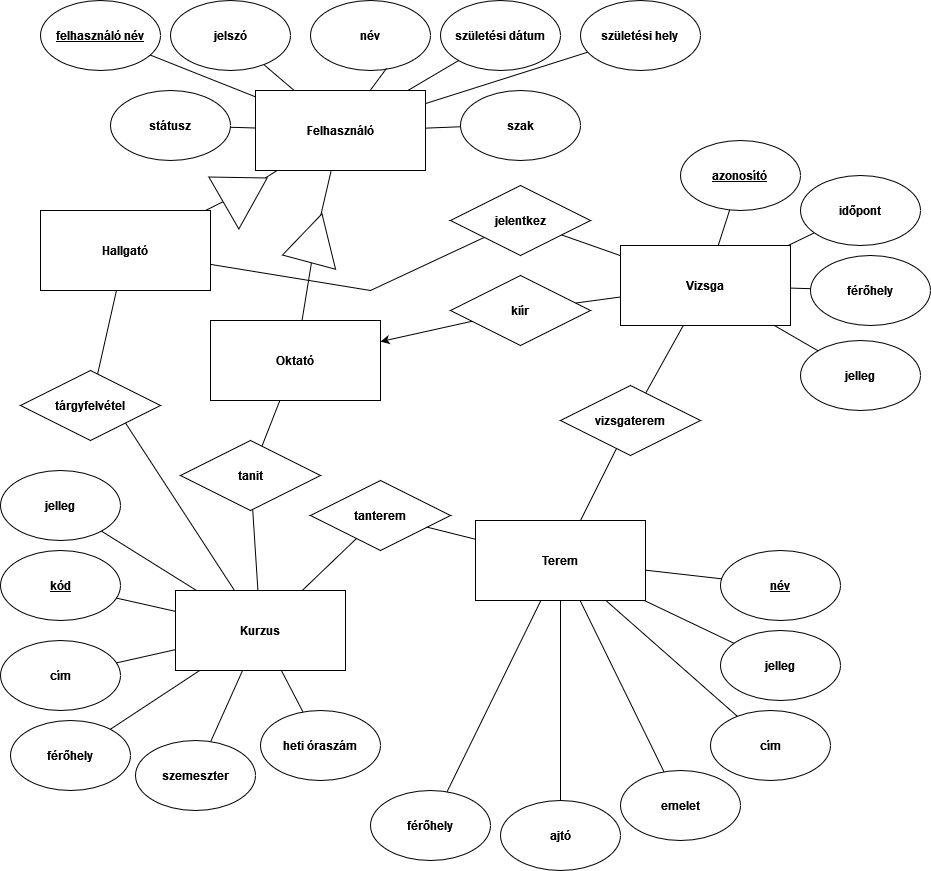
Above: M1/ETK.png in farkasp1050/banana (draw.io), before the change. Source tidied: cells renumbered, new cells last; positions are measured from the earlier drawing's top-left corner, leaving out a move shared by most shapes.
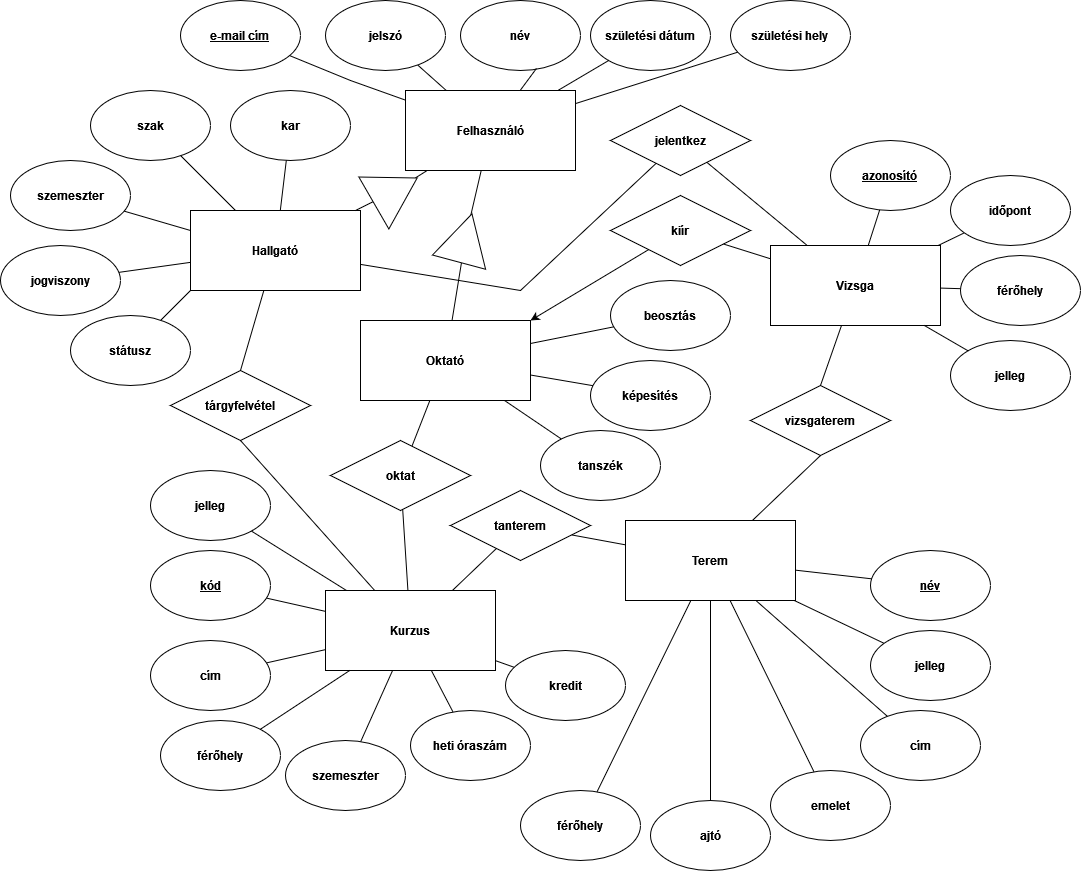
After the commit.

Commit message:
ETK diagram kiegészítése/véglegesítése.

What changed in the source:
```diff
@@ -5,11 +5,8 @@
     <mxCell id="2" value="&lt;b&gt;Felhasználó&lt;/b&gt;" style="rounded=0;whiteSpace=wrap;html=1;" parent="1" vertex="1">
       <mxGeometry x="255" y="90" width="170" height="80" as="geometry" />
     </mxCell>
-    <mxCell id="3" value="&lt;u&gt;&lt;b&gt;felhasználó név&lt;/b&gt;&lt;/u&gt;" style="ellipse;whiteSpace=wrap;html=1;" parent="1" vertex="1">
-      <mxGeometry x="40" width="120" height="70" as="geometry" />
-    </mxCell>
     <mxCell id="4" value="&lt;b&gt;jelszó&lt;/b&gt;" style="ellipse;whiteSpace=wrap;html=1;" parent="1" vertex="1">
-      <mxGeometry x="170" width="120" height="70" as="geometry" />
+      <mxGeometry x="175" width="120" height="70" as="geometry" />
     </mxCell>
     <mxCell id="5" value="&lt;b&gt;név&lt;/b&gt;" style="ellipse;whiteSpace=wrap;html=1;" parent="1" vertex="1">
       <mxGeometry x="310" width="120" height="70" as="geometry" />
@@ -20,16 +17,16 @@
     <mxCell id="7" value="&lt;b&gt;születési hely&lt;br&gt;&lt;/b&gt;" style="ellipse;whiteSpace=wrap;html=1;" parent="1" vertex="1">
       <mxGeometry x="580" width="120" height="70" as="geometry" />
     </mxCell>
-    <mxCell id="8" value="&lt;b&gt;státusz&lt;/b&gt;" style="ellipse;whiteSpace=wrap;html=1;" parent="1" vertex="1">
-      <mxGeometry x="110" y="90" width="120" height="70" as="geometry" />
+    <mxCell id="8" value="&lt;b&gt;jogviszony&lt;/b&gt;" style="ellipse;whiteSpace=wrap;html=1;" parent="1" vertex="1">
+      <mxGeometry x="-150" y="245" width="120" height="70" as="geometry" />
     </mxCell>
     <mxCell id="9" value="&lt;b&gt;szak&lt;/b&gt;" style="ellipse;whiteSpace=wrap;html=1;" parent="1" vertex="1">
-      <mxGeometry x="460" y="90" width="120" height="70" as="geometry" />
+      <mxGeometry x="-60" y="90" width="120" height="70" as="geometry" />
     </mxCell>
-    <mxCell id="10" style="endArrow=none;html=1;rounded=0;" parent="1" edge="1" source="2" target="8">
+    <mxCell id="10" style="endArrow=none;html=1;rounded=0;" parent="1" edge="1" source="48" target="8">
       <mxGeometry relative="1" as="geometry" />
     </mxCell>
-    <mxCell id="11" style="endArrow=none;html=1;rounded=0;" parent="1" edge="1" source="9" target="2">
+    <mxCell id="11" style="endArrow=none;html=1;rounded=0;" parent="1" edge="1" source="9" target="48">
       <mxGeometry relative="1" as="geometry" />
     </mxCell>
     <mxCell id="12" style="endArrow=none;html=1;rounded=0;" parent="1" edge="1" source="7" target="2">
@@ -44,9 +41,6 @@
     <mxCell id="15" style="endArrow=none;html=1;rounded=0;" parent="1" edge="1" source="4" target="2">
       <mxGeometry relative="1" as="geometry" />
     </mxCell>
-    <mxCell id="16" style="endArrow=none;html=1;rounded=0;" parent="1" edge="1" source="3" target="2">
-      <mxGeometry relative="1" as="geometry" />
-    </mxCell>
     <mxCell id="17" value="&lt;b&gt;Kurzus&lt;/b&gt;" style="rounded=0;whiteSpace=wrap;html=1;" parent="1" vertex="1">
       <mxGeometry x="175" y="590" width="170" height="80" as="geometry" />
     </mxCell>
@@ -135,9 +129,9 @@
       <mxGeometry relative="1" as="geometry" />
     </mxCell>
     <mxCell id="46" value="&lt;b&gt;vizsgaterem&lt;/b&gt;" style="rhombus;whiteSpace=wrap;html=1;" parent="1" vertex="1">
-      <mxGeometry x="560" y="385" width="140" height="70" as="geometry" />
+      <mxGeometry x="600" y="385" width="140" height="70" as="geometry" />
     </mxCell>
-    <mxCell id="47" style="endArrow=none;html=1;rounded=0;" parent="1" edge="1" source="19" target="46">
+    <mxCell id="47" style="endArrow=none;html=1;rounded=0;entryX=0.5;entryY=1;entryDx=0;entryDy=0;" parent="1" edge="1" source="19" target="46">
       <mxGeometry relative="1" as="geometry" />
     </mxCell>
     <mxCell id="48" value="&lt;b&gt;Hallgató&lt;/b&gt;" style="rounded=0;whiteSpace=wrap;html=1;" parent="1" vertex="1">
@@ -164,23 +158,23 @@
     <mxCell id="55" style="triangle;whiteSpace=wrap;html=1;rotation=-30;" parent="1" vertex="1">
       <mxGeometry x="220" y="160" width="50" height="60" as="geometry" />
     </mxCell>
-    <mxCell id="56" value="&lt;b&gt;tanit&lt;/b&gt;" style="rhombus;whiteSpace=wrap;html=1;" parent="1" vertex="1">
+    <mxCell id="56" value="&lt;b&gt;oktat&lt;/b&gt;" style="rhombus;whiteSpace=wrap;html=1;" parent="1" vertex="1">
       <mxGeometry x="180" y="440" width="140" height="70" as="geometry" />
     </mxCell>
     <mxCell id="57" style="endArrow=none;html=1;rounded=0;" parent="1" edge="1" source="17" target="56">
       <mxGeometry relative="1" as="geometry" />
     </mxCell>
     <mxCell id="58" value="&lt;b&gt;kiír&lt;/b&gt;" style="rhombus;whiteSpace=wrap;html=1;" parent="1" vertex="1">
-      <mxGeometry x="450" y="275" width="140" height="70" as="geometry" />
+      <mxGeometry x="460" y="195" width="140" height="70" as="geometry" />
     </mxCell>
-    <mxCell id="59" style="endArrow=classic;html=1;rounded=0;" parent="1" edge="1" source="58" target="49">
+    <mxCell id="59" style="endArrow=classic;html=1;rounded=0;entryX=1;entryY=0;entryDx=0;entryDy=0;" parent="1" edge="1" source="58" target="49">
       <mxGeometry relative="1" as="geometry" />
     </mxCell>
     <mxCell id="60" style="endArrow=none;html=1;rounded=0;" parent="1" edge="1" source="18" target="58">
       <mxGeometry relative="1" as="geometry" />
     </mxCell>
     <mxCell id="61" value="&lt;b&gt;jelentkez&lt;/b&gt;" style="rhombus;whiteSpace=wrap;html=1;" parent="1" vertex="1">
-      <mxGeometry x="450" y="185" width="140" height="70" as="geometry" />
+      <mxGeometry x="460" y="105" width="140" height="70" as="geometry" />
     </mxCell>
     <mxCell id="62" style="endArrow=none;html=1;rounded=0;" parent="1" edge="1" source="48" target="61">
       <mxGeometry relative="1" as="geometry">
@@ -196,15 +190,15 @@
       <mxGeometry relative="1" as="geometry" />
     </mxCell>
     <mxCell id="65" value="&lt;b&gt;tanterem&lt;/b&gt;" style="rhombus;whiteSpace=wrap;html=1;" parent="1" vertex="1">
-      <mxGeometry x="310" y="480" width="140" height="70" as="geometry" />
+      <mxGeometry x="300" y="490" width="140" height="70" as="geometry" />
     </mxCell>
     <mxCell id="66" value="&lt;b&gt;tárgyfelvétel&lt;/b&gt;" style="rhombus;whiteSpace=wrap;html=1;" parent="1" vertex="1">
       <mxGeometry x="20" y="370" width="140" height="70" as="geometry" />
     </mxCell>
-    <mxCell id="67" style="endArrow=none;html=1;rounded=0;" parent="1" edge="1" source="66" target="48">
+    <mxCell id="67" style="endArrow=none;html=1;rounded=0;exitX=0.5;exitY=0;exitDx=0;exitDy=0;" parent="1" edge="1" source="66" target="48">
       <mxGeometry relative="1" as="geometry" />
     </mxCell>
-    <mxCell id="68" style="endArrow=none;html=1;rounded=0;entryX=1;entryY=1;entryDx=0;entryDy=0;" parent="1" edge="1" source="17" target="66">
+    <mxCell id="68" style="endArrow=none;html=1;rounded=0;entryX=0.5;entryY=1;entryDx=0;entryDy=0;" parent="1" edge="1" source="17" target="66">
       <mxGeometry relative="1" as="geometry" />
     </mxCell>
     <mxCell id="69" style="endArrow=none;html=1;rounded=0;" parent="1" edge="1" source="65" target="19">
@@ -216,7 +210,7 @@
     <mxCell id="71" style="endArrow=none;html=1;rounded=0;" parent="1" edge="1" source="19" target="70">
       <mxGeometry relative="1" as="geometry" />
     </mxCell>
-    <mxCell id="72" style="endArrow=none;html=1;rounded=0;" parent="1" edge="1" source="46" target="18">
+    <mxCell id="72" style="endArrow=none;html=1;rounded=0;exitX=0.5;exitY=0;exitDx=0;exitDy=0;" parent="1" edge="1" source="46" target="18">
       <mxGeometry relative="1" as="geometry" />
     </mxCell>
     <mxCell id="73" style="endArrow=none;html=1;rounded=0;" parent="1" edge="1" source="17" target="65">
@@ -234,5 +228,57 @@
     <mxCell id="77" style="endArrow=none;html=1;rounded=0;" parent="1" edge="1" source="76" target="18">
       <mxGeometry relative="1" as="geometry" />
     </mxCell>
+    <mxCell id="78" value="&lt;b&gt;státusz&lt;/b&gt;" style="ellipse;whiteSpace=wrap;html=1;" parent="1" vertex="1">
+      <mxGeometry x="-80" y="315" width="120" height="70" as="geometry" />
+    </mxCell>
+    <mxCell id="79" style="endArrow=none;html=1;rounded=0;exitX=0;exitY=1;exitDx=0;exitDy=0;" parent="1" edge="1" source="48" target="78">
+      <mxGeometry relative="1" as="geometry" />
+    </mxCell>
+    <mxCell id="80" value="&lt;b&gt;kar&lt;/b&gt;" style="ellipse;whiteSpace=wrap;html=1;" parent="1" vertex="1">
+      <mxGeometry x="80" y="90" width="120" height="70" as="geometry" />
+    </mxCell>
+    <mxCell id="81" style="endArrow=none;html=1;rounded=0;" parent="1" edge="1" source="48" target="80">
+      <mxGeometry relative="1" as="geometry" />
+    </mxCell>
+    <mxCell id="82" value="&lt;u&gt;&lt;b&gt;e-mail cím&lt;/b&gt;&lt;b&gt;&lt;br&gt;&lt;/b&gt;&lt;/u&gt;" style="ellipse;whiteSpace=wrap;html=1;" parent="1" vertex="1">
+      <mxGeometry x="30" width="120" height="70" as="geometry" />
+    </mxCell>
+    <mxCell id="83" value="&lt;b&gt;beosztás&lt;/b&gt;" style="ellipse;whiteSpace=wrap;html=1;" parent="1" vertex="1">
+      <mxGeometry x="460" y="280" width="120" height="70" as="geometry" />
+    </mxCell>
+    <mxCell id="84" style="endArrow=none;html=1;rounded=0;" parent="1" edge="1" source="49" target="83">
+      <mxGeometry relative="1" as="geometry" />
+    </mxCell>
+    <mxCell id="85" value="&lt;b&gt;kredit&lt;/b&gt;" style="ellipse;whiteSpace=wrap;html=1;" parent="1" vertex="1">
+      <mxGeometry x="355" y="650" width="120" height="70" as="geometry" />
+    </mxCell>
+    <mxCell id="86" style="endArrow=none;html=1;rounded=0;" parent="1" edge="1" source="17" target="85">
+      <mxGeometry relative="1" as="geometry" />
+    </mxCell>
+    <mxCell id="87" value="&lt;b&gt;képesítés&lt;/b&gt;" style="ellipse;whiteSpace=wrap;html=1;" parent="1" vertex="1">
+      <mxGeometry x="440" y="360" width="120" height="70" as="geometry" />
+    </mxCell>
+    <mxCell id="88" style="endArrow=none;html=1;rounded=0;" parent="1" edge="1" source="49" target="87">
+      <mxGeometry relative="1" as="geometry" />
+    </mxCell>
+    <mxCell id="89" value="&lt;b&gt;tanszék&lt;/b&gt;" style="ellipse;whiteSpace=wrap;html=1;" parent="1" vertex="1">
+      <mxGeometry x="390" y="430" width="120" height="70" as="geometry" />
+    </mxCell>
+    <mxCell id="90" style="endArrow=none;html=1;rounded=0;" parent="1" edge="1" source="49" target="89">
+      <mxGeometry relative="1" as="geometry" />
+    </mxCell>
+    <mxCell id="91" style="endArrow=none;html=1;rounded=0;" parent="1" edge="1" source="82" target="2">
+      <mxGeometry relative="1" as="geometry">
+        <Array as="points">
+          <mxPoint x="200" y="80" />
+        </Array>
+      </mxGeometry>
+    </mxCell>
+    <mxCell id="92" value="&lt;b&gt;szemeszter&lt;/b&gt;" style="ellipse;whiteSpace=wrap;html=1;" parent="1" vertex="1">
+      <mxGeometry x="-140" y="160" width="120" height="70" as="geometry" />
+    </mxCell>
+    <mxCell id="93" style="endArrow=none;html=1;rounded=0;exitX=0;exitY=0.25;exitDx=0;exitDy=0;" parent="1" edge="1" source="48" target="92">
+      <mxGeometry relative="1" as="geometry" />
+    </mxCell>
   </root>
 </mxGraphModel>
```
